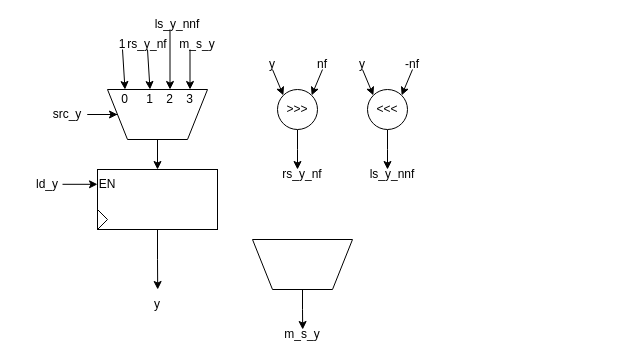
0xByteRush/COE302 keeps this draw.io diagram as DataPath_reg_y.drawio. Above is the earlier version. Source tidied: cells renumbered, new cells numbered last; positions are measured from the earlier drawing's top-left corner, leaving out a move shared by most shapes. Both pictures are drawn from the tidied source at 100%, with x=0, y=0 at pixel (17, 19).
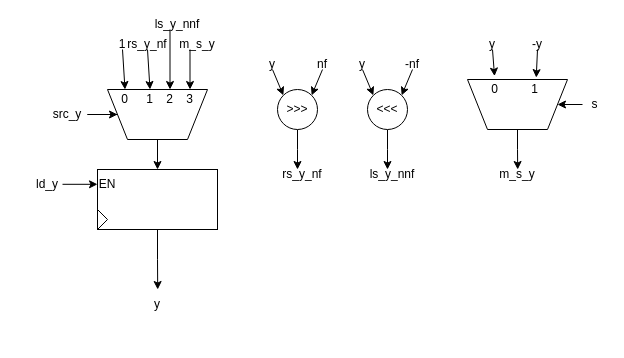
The same diagram, later.

Diff of the diagram source:
```diff
@@
     <mxCell id="37" style="edgeStyle=orthogonalEdgeStyle;rounded=0;jettySize=auto;html=1;exitX=0.5;exitY=0;exitDx=0;exitDy=0;" parent="1" edge="1" source="38">
       <mxGeometry relative="1" as="geometry">
-        <mxPoint x="285.2" y="310" as="targetPoint" />
+        <mxPoint x="500.2" y="150" as="targetPoint" />
       </mxGeometry>
     </mxCell>
     <mxCell id="38" style="shape=trapezoid;perimeter=trapezoidPerimeter;whiteSpace=wrap;html=1;fixedSize=1;rotation=-180;" parent="1" vertex="1">
-      <mxGeometry x="235" y="220" width="100" height="50" as="geometry" />
+      <mxGeometry x="450" y="60" width="100" height="50" as="geometry" />
     </mxCell>
     <mxCell id="39" value="m_s_y" style="text;html=1;whiteSpace=wrap;strokeColor=none;fillColor=none;align=center;verticalAlign=middle;rounded=0;" parent="1" vertex="1">
-      <mxGeometry x="270" y="310" width="30" height="10" as="geometry" />
+      <mxGeometry x="485" y="150" width="30" height="10" as="geometry" />
     </mxCell>
@@
+    <mxCell id="42" style="edgeStyle=orthogonalEdgeStyle;rounded=0;jettySize=auto;html=1;exitX=0;exitY=0.5;exitDx=0;exitDy=0;entryX=0;entryY=0.5;entryDx=0;entryDy=0;" parent="1" edge="1" source="43" target="38">
+      <mxGeometry relative="1" as="geometry" />
+    </mxCell>
+    <mxCell id="43" value="s" style="text;html=1;whiteSpace=wrap;strokeColor=none;fillColor=none;align=center;verticalAlign=middle;rounded=0;" parent="1" vertex="1">
+      <mxGeometry x="565" y="75" width="25" height="20" as="geometry" />
+    </mxCell>
+    <mxCell id="44" value="0" style="text;html=1;whiteSpace=wrap;strokeColor=none;fillColor=none;align=center;verticalAlign=middle;rounded=0;" parent="1" vertex="1">
+      <mxGeometry x="465" y="60" width="25" height="20" as="geometry" />
+    </mxCell>
+    <mxCell id="45" value="1" style="text;html=1;whiteSpace=wrap;strokeColor=none;fillColor=none;align=center;verticalAlign=middle;rounded=0;" parent="1" vertex="1">
+      <mxGeometry x="505" y="60" width="25" height="20" as="geometry" />
+    </mxCell>
+    <mxCell id="46" value="y" style="text;html=1;whiteSpace=wrap;strokeColor=none;fillColor=none;align=center;verticalAlign=middle;rounded=0;" parent="1" vertex="1">
+      <mxGeometry x="460" y="20" width="30" height="10" as="geometry" />
+    </mxCell>
+    <mxCell id="47" style="rounded=0;jettySize=auto;html=1;exitX=0.5;exitY=1;exitDx=0;exitDy=0;entryX=0.482;entryY=-0.17;entryDx=0;entryDy=0;entryPerimeter=0;" parent="1" edge="1" source="46" target="44">
+      <mxGeometry relative="1" as="geometry" />
+    </mxCell>
+    <mxCell id="48" value="-y" style="text;html=1;whiteSpace=wrap;strokeColor=none;fillColor=none;align=center;verticalAlign=middle;rounded=0;" parent="1" vertex="1">
+      <mxGeometry x="505" y="20" width="30" height="10" as="geometry" />
+    </mxCell>
+    <mxCell id="49" style="rounded=0;jettySize=auto;html=1;exitX=0.5;exitY=1;exitDx=0;exitDy=0;entryX=0.55;entryY=-0.096;entryDx=0;entryDy=0;entryPerimeter=0;" parent="1" edge="1" source="48" target="45">
+      <mxGeometry relative="1" as="geometry" />
+    </mxCell>
```
